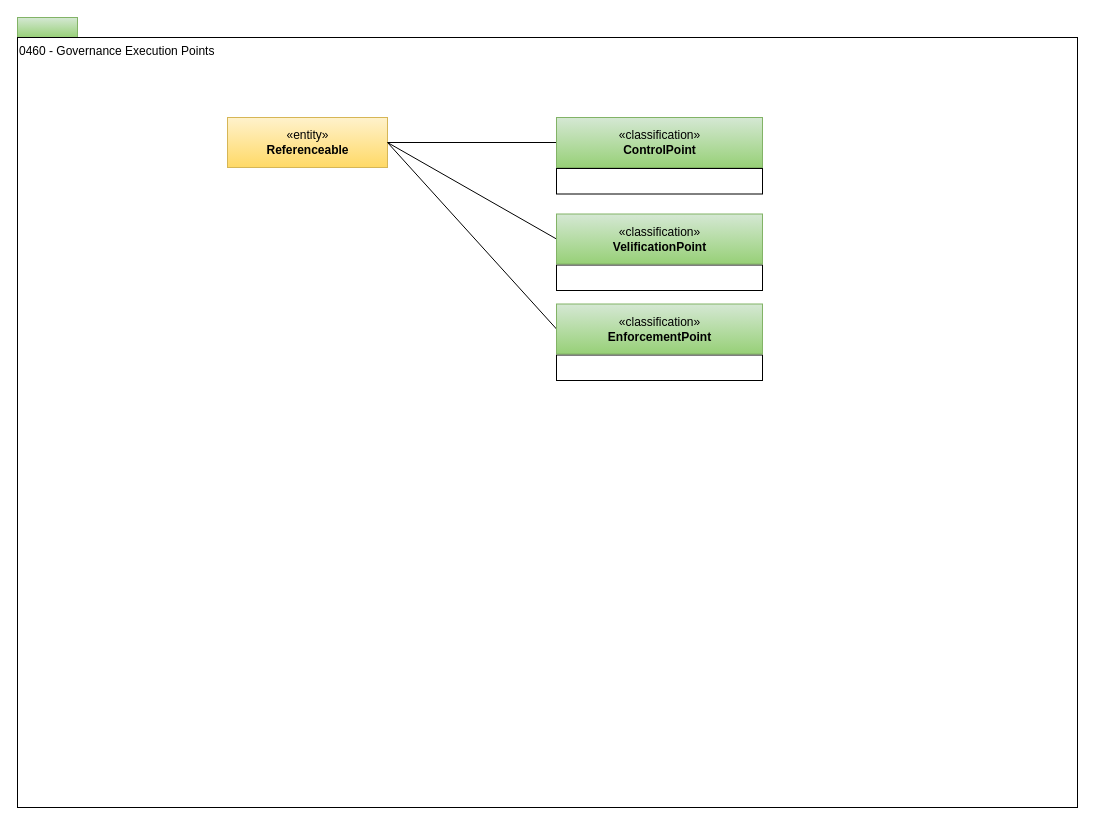
Above: page "0460-Governance-Execution-Points" (20 of 28) of open-metadata-publication/website/open-metadata-types/area-4-governance.drawio in odpi/egeria (draw.io), before the change. Source tidied: cells renumbered, new cells numbered last; positions are measured from the earlier drawing's top-left corner, leaving out a move shared by most shapes. Both pictures are drawn from the tidied source at 100%, with x=0, y=0 at pixel (17, 17).
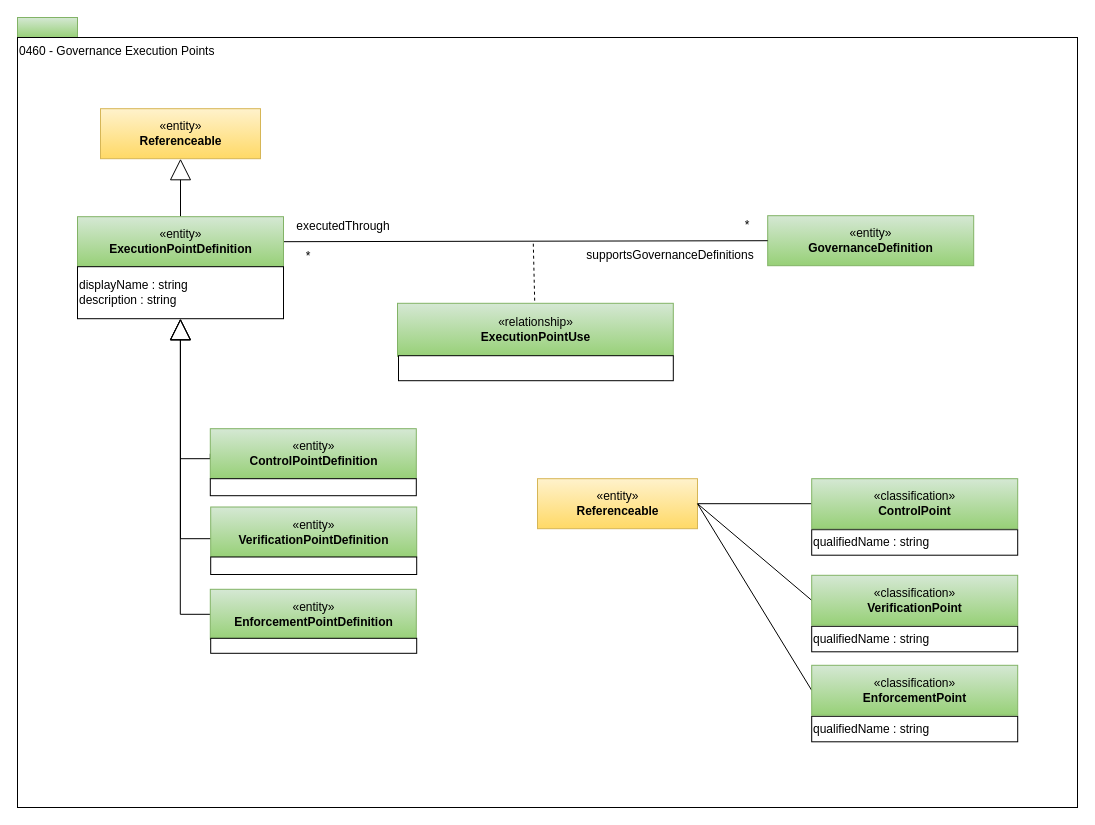
The same page after the edit.

Change to the diagram source:
```diff
@@
-    <mxCell id="4" value="&lt;span&gt;&lt;br&gt;&lt;/span&gt;" style="rounded=0;whiteSpace=wrap;html=1;strokeColor=#000000;gradientColor=#ffffff;align=left;" parent="1" vertex="1">
-      <mxGeometry x="539" y="151" width="206" height="25.5" as="geometry" />
+    <mxCell id="4" value="&lt;span&gt;qualifiedName : string&lt;br&gt;&lt;/span&gt;" style="rounded=0;whiteSpace=wrap;html=1;strokeColor=#000000;gradientColor=#ffffff;align=left;" parent="1" vertex="1">
+      <mxGeometry x="794.2" y="512.2" width="206" height="25.5" as="geometry" />
     </mxCell>
@@
     <mxCell id="6" value="«entity»&lt;br&gt;&lt;b&gt;Referenceable&lt;/b&gt;" style="html=1;strokeColor=#d6b656;align=center;fillColor=#fff2cc;gradientColor=#ffd966;" parent="1" vertex="1">
-      <mxGeometry x="210" y="100" width="160" height="50" as="geometry" />
+      <mxGeometry x="520" y="461.2" width="160" height="50" as="geometry" />
     </mxCell>
     <mxCell id="7" value="«classification»&lt;br&gt;&lt;b&gt;ControlPoint&lt;/b&gt;" style="html=1;strokeColor=#82b366;align=center;fillColor=#d5e8d4;gradientColor=#97d077;" parent="1" vertex="1">
-      <mxGeometry x="539" y="100" width="206" height="50" as="geometry" />
+      <mxGeometry x="794.2" y="461.2" width="206" height="50" as="geometry" />
     </mxCell>
-    <mxCell id="8" value="&lt;span&gt;&lt;br&gt;&lt;/span&gt;" style="rounded=0;whiteSpace=wrap;html=1;strokeColor=#000000;gradientColor=#ffffff;align=left;" parent="1" vertex="1">
-      <mxGeometry x="539" y="247.5" width="206" height="25.5" as="geometry" />
+    <mxCell id="8" value="&lt;span&gt;qualifiedName : string&lt;br&gt;&lt;/span&gt;" style="rounded=0;whiteSpace=wrap;html=1;strokeColor=#000000;gradientColor=#ffffff;align=left;" parent="1" vertex="1">
+      <mxGeometry x="794.2" y="608.8" width="206" height="25.5" as="geometry" />
     </mxCell>
@@
-    <mxCell id="10" value="«classification»&lt;br&gt;&lt;b&gt;VelificationPoint&lt;/b&gt;" style="html=1;strokeColor=#82b366;align=center;fillColor=#d5e8d4;gradientColor=#97d077;" parent="1" vertex="1">
-      <mxGeometry x="539" y="196.5" width="206" height="50" as="geometry" />
+    <mxCell id="10" value="«classification»&lt;br&gt;&lt;b&gt;VerificationPoint&lt;/b&gt;" style="html=1;strokeColor=#82b366;align=center;fillColor=#d5e8d4;gradientColor=#97d077;" parent="1" vertex="1">
+      <mxGeometry x="794.2" y="557.8" width="206" height="50" as="geometry" />
     </mxCell>
-    <mxCell id="11" value="&lt;span&gt;&lt;br&gt;&lt;/span&gt;" style="rounded=0;whiteSpace=wrap;html=1;strokeColor=#000000;gradientColor=#ffffff;align=left;" parent="1" vertex="1">
-      <mxGeometry x="539" y="337.5" width="206" height="25.5" as="geometry" />
+    <mxCell id="11" value="&lt;span&gt;qualifiedName : string&lt;br&gt;&lt;/span&gt;" style="rounded=0;whiteSpace=wrap;html=1;strokeColor=#000000;gradientColor=#ffffff;align=left;" parent="1" vertex="1">
+      <mxGeometry x="794.2" y="698.8" width="206" height="25.5" as="geometry" />
     </mxCell>
@@
     <mxCell id="13" value="«classification»&lt;br&gt;&lt;b&gt;EnforcementPoint&lt;/b&gt;" style="html=1;strokeColor=#82b366;align=center;fillColor=#d5e8d4;gradientColor=#97d077;" parent="1" vertex="1">
-      <mxGeometry x="539" y="286.5" width="206" height="50" as="geometry" />
+      <mxGeometry x="794.2" y="647.8" width="206" height="50" as="geometry" />
     </mxCell>
+    <mxCell id="14" style="edgeStyle=orthogonalEdgeStyle;rounded=0;jettySize=auto;html=1;exitX=0;exitY=0.5;exitDx=0;exitDy=0;entryX=0.5;entryY=1;entryDx=0;entryDy=0;endArrow=block;endFill=0;endSize=19;strokeWidth=1;" parent="1" edge="1" source="15" target="34">
+      <mxGeometry relative="1" as="geometry">
+        <Array as="points">
+          <mxPoint x="192.8" y="441.2" />
+          <mxPoint x="162.8" y="441.2" />
+        </Array>
+      </mxGeometry>
+    </mxCell>
+    <mxCell id="15" value="«entity»&lt;br&gt;&lt;b&gt;ControlPointDefinition&lt;/b&gt;" style="html=1;strokeColor=#82b366;align=center;fillColor=#d5e8d4;gradientColor=#97d077;" parent="1" vertex="1">
+      <mxGeometry x="192.8" y="411.2" width="206" height="50" as="geometry" />
+    </mxCell>
+    <mxCell id="16" style="rounded=0;whiteSpace=wrap;html=1;strokeColor=#000000;gradientColor=#ffffff;align=center;" parent="1" vertex="1">
+      <mxGeometry x="192.8" y="461.2" width="206" height="17" as="geometry" />
+    </mxCell>
+    <mxCell id="17" style="rounded=0;jettySize=auto;html=1;entryX=0.5;entryY=1;entryDx=0;entryDy=0;exitX=0.5;exitY=0;exitDx=0;exitDy=0;endArrow=block;endFill=0;endSize=19;edgeStyle=orthogonalEdgeStyle;" parent="1" edge="1" source="18" target="34">
+      <mxGeometry relative="1" as="geometry">
+        <Array as="points">
+          <mxPoint x="296.8" y="521.2" />
+          <mxPoint x="162.8" y="521.2" />
+        </Array>
+      </mxGeometry>
+    </mxCell>
+    <mxCell id="18" value="«entity»&lt;br&gt;&lt;b&gt;VerificationPointDefinition&lt;/b&gt;" style="html=1;strokeColor=#82b366;align=center;fillColor=#d5e8d4;gradientColor=#97d077;" parent="1" vertex="1">
+      <mxGeometry x="193.2" y="489.5" width="206" height="50" as="geometry" />
+    </mxCell>
+    <mxCell id="19" style="rounded=0;whiteSpace=wrap;html=1;strokeColor=#000000;gradientColor=#ffffff;align=center;" parent="1" vertex="1">
+      <mxGeometry x="193.2" y="539.5" width="206" height="17.5" as="geometry" />
+    </mxCell>
+    <mxCell id="20" value="«entity»&lt;br&gt;&lt;b&gt;GovernanceDefinition&lt;/b&gt;" style="html=1;strokeColor=#82b366;align=center;fillColor=#d5e8d4;gradientColor=#97d077;" parent="1" vertex="1">
+      <mxGeometry x="750.2" y="198.2" width="206" height="50" as="geometry" />
+    </mxCell>
+    <mxCell id="21" value="«relationship»&lt;br&gt;&lt;b&gt;ExecutionPointUse&lt;/b&gt;" style="html=1;strokeColor=#82b366;align=center;fillColor=#d5e8d4;gradientColor=#97d077;" parent="1" vertex="1">
+      <mxGeometry x="380" y="285.8" width="275.8" height="53" as="geometry" />
+    </mxCell>
+    <mxCell id="22" style="endArrow=none;dashed=1;html=1;" parent="1" edge="1" target="21">
+      <mxGeometry relative="1" as="geometry">
+        <mxPoint x="515.8" y="226.2" as="sourcePoint" />
+      </mxGeometry>
+    </mxCell>
+    <mxCell id="23" value="*" style="text;html=1;strokeColor=none;fillColor=none;align=center;verticalAlign=middle;whiteSpace=wrap;rounded=0;" parent="1" vertex="1">
+      <mxGeometry x="271" y="229.2" width="40" height="20" as="geometry" />
+    </mxCell>
+    <mxCell id="24" value="*" style="text;html=1;strokeColor=none;fillColor=none;align=center;verticalAlign=middle;whiteSpace=wrap;rounded=0;" parent="1" vertex="1">
+      <mxGeometry x="710.2" y="198.2" width="40" height="20" as="geometry" />
+    </mxCell>
+    <mxCell id="25" style="rounded=0;whiteSpace=wrap;html=1;strokeColor=#000000;align=left;fillColor=#ffffff;" parent="1" vertex="1">
+      <mxGeometry x="381" y="338.2" width="274.8" height="25" as="geometry" />
+    </mxCell>
+    <mxCell id="26" value="supportsGovernanceDefinitions" style="text;html=1;strokeColor=none;fillColor=none;align=center;verticalAlign=middle;whiteSpace=wrap;rounded=0;" parent="1" vertex="1">
+      <mxGeometry x="580" y="228.2" width="146" height="20" as="geometry" />
+    </mxCell>
+    <mxCell id="27" value="executedThrough" style="text;html=1;strokeColor=none;fillColor=none;align=center;verticalAlign=middle;whiteSpace=wrap;rounded=0;" parent="1" vertex="1">
+      <mxGeometry x="271" y="199.2" width="110" height="20" as="geometry" />
+    </mxCell>
+    <mxCell id="28" style="endArrow=none;html=1;entryX=0;entryY=0.5;exitX=1;exitY=0.5;exitDx=0;exitDy=0;" parent="1" edge="1" source="33" target="20">
+      <mxGeometry relative="1" as="geometry" />
+    </mxCell>
+    <mxCell id="29" style="rounded=0;jettySize=auto;html=1;endArrow=block;endFill=0;endSize=19;strokeWidth=1;edgeStyle=orthogonalEdgeStyle;" parent="1" edge="1" source="30" target="34">
+      <mxGeometry relative="1" as="geometry">
+        <Array as="points">
+          <mxPoint x="162.8" y="597.2" />
+        </Array>
+      </mxGeometry>
+    </mxCell>
+    <mxCell id="30" value="«entity»&lt;br&gt;&lt;b&gt;EnforcementPointDefinition&lt;/b&gt;" style="html=1;strokeColor=#82b366;align=center;fillColor=#d5e8d4;gradientColor=#97d077;" parent="1" vertex="1">
+      <mxGeometry x="192.8" y="571.8" width="206" height="50" as="geometry" />
+    </mxCell>
+    <mxCell id="31" style="rounded=0;whiteSpace=wrap;html=1;strokeColor=#000000;gradientColor=#ffffff;align=left;" parent="1" vertex="1">
+      <mxGeometry x="193.2" y="620.8" width="206" height="15" as="geometry" />
+    </mxCell>
+    <mxCell id="32" style="edgeStyle=none;rounded=1;jettySize=auto;html=1;endArrow=block;endFill=0;endSize=19;strokeWidth=1;entryX=0.5;entryY=1;entryDx=0;entryDy=0;" parent="1" edge="1" source="33" target="35">
+      <mxGeometry relative="1" as="geometry" />
+    </mxCell>
+    <mxCell id="33" value="«entity»&lt;br&gt;&lt;b&gt;ExecutionPointDefinition&lt;/b&gt;" style="html=1;strokeColor=#82b366;align=center;fillColor=#d5e8d4;gradientColor=#97d077;" parent="1" vertex="1">
+      <mxGeometry x="60" y="199.2" width="206" height="50" as="geometry" />
+    </mxCell>
+    <mxCell id="34" value="&lt;span&gt;displayName : string&lt;/span&gt;&lt;br&gt;&lt;span&gt;description : string&lt;/span&gt;&lt;br&gt;" style="rounded=0;whiteSpace=wrap;html=1;strokeColor=#000000;gradientColor=#ffffff;align=left;" parent="1" vertex="1">
+      <mxGeometry x="60" y="249.2" width="206" height="52" as="geometry" />
+    </mxCell>
+    <mxCell id="35" value="«entity»&lt;br&gt;&lt;b&gt;Referenceable&lt;/b&gt;" style="html=1;strokeColor=#d6b656;align=center;fillColor=#fff2cc;gradientColor=#ffd966;" parent="1" vertex="1">
+      <mxGeometry x="83" y="91.2" width="160" height="50" as="geometry" />
+    </mxCell>
```
